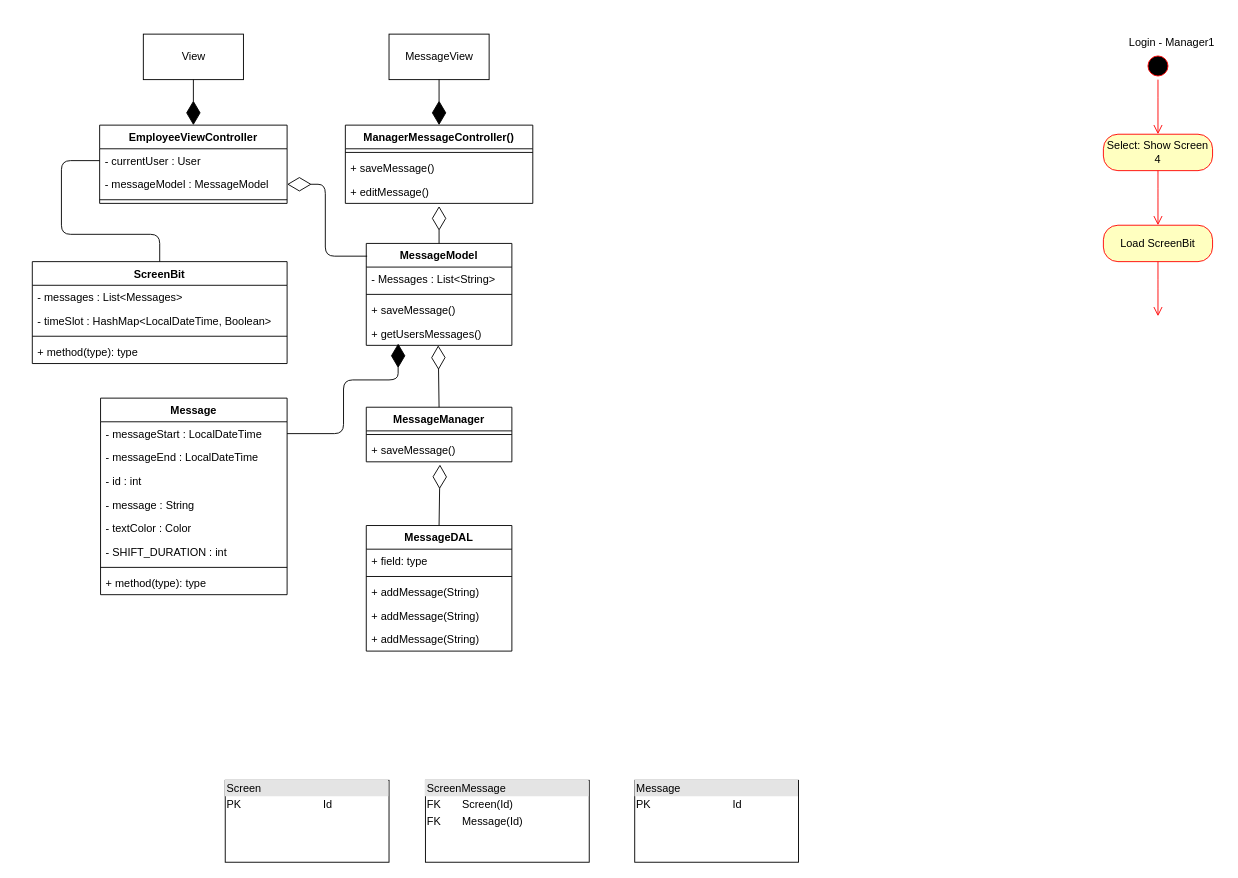
Above: page "MOTD" (6 of 8) of UML/PickerStageUML.drawio in Eperty123/ArlaEksamen (draw.io), before the change. Source tidied: cells renumbered, new cells numbered last; positions are measured from the earlier drawing's top-left corner, leaving out a move shared by most shapes. Both pictures are drawn from the tidied source at 91%, with x=0, y=0 at pixel (32, 34).
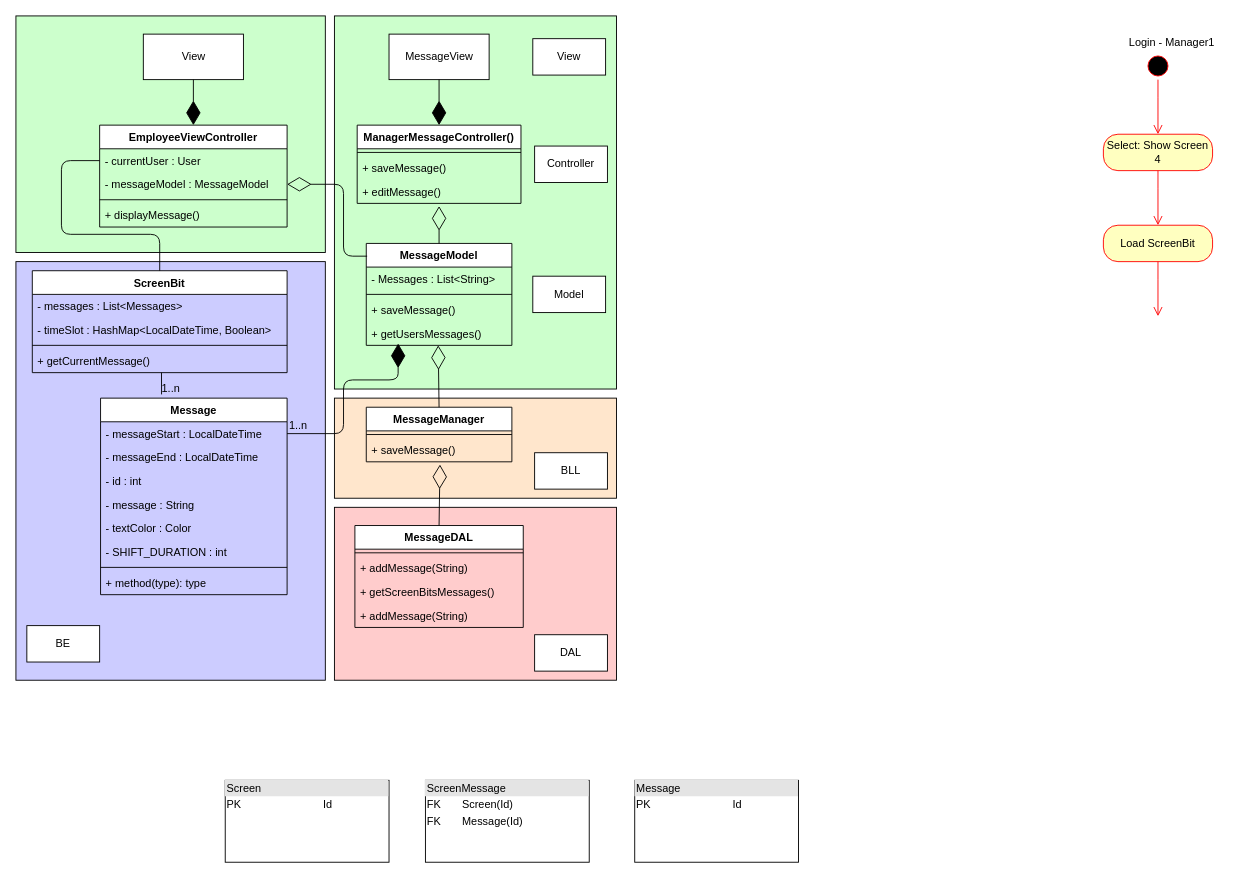
After the change.

The change refers to these unchanged cells:
```xml
<mxCell id="2" value="Message" style="swimlane;fontStyle=1;align=center;verticalAlign=top;horizontal=1;startSize=26;" parent="1" vertex="1">
  <mxGeometry x="75" y="400" width="205" height="216" as="geometry" />
</mxCell>
<mxCell id="17" value="MessageModel" style="swimlane;fontStyle=1;align=center;verticalAlign=top;horizontal=1;startSize=26;" parent="1" vertex="1">
  <mxGeometry x="367" y="230" width="160" height="112" as="geometry" />
</mxCell>
<mxCell id="25" value="- messageModel : MessageModel" style="text;strokeColor=none;fillColor=none;align=left;verticalAlign=top;spacingLeft=4;spacingRight=4;overflow=hidden;points=[[0,0.5],[1,0.5]];portConstraint=eastwest;" parent="23" vertex="1">
  <mxGeometry y="52" width="206" height="26" as="geometry" />
</mxCell>
<mxCell id="45" value="+ saveMessage()" style="text;strokeColor=none;fillColor=none;align=left;verticalAlign=top;spacingLeft=4;spacingRight=4;overflow=hidden;points=[[0,0.5],[1,0.5]];portConstraint=eastwest;" parent="43" vertex="1">
  <mxGeometry y="34" width="160" height="26" as="geometry" />
</mxCell>
```

Diff of the diagram source:
```diff
@@
+    <mxCell id="58" style="rounded=0;whiteSpace=wrap;html=1;fillColor=#CCFFCC;" parent="1" vertex="1">
+      <mxGeometry x="-18" y="-20" width="340" height="260" as="geometry" />
+    </mxCell>
+    <mxCell id="59" style="rounded=0;whiteSpace=wrap;html=1;fillColor=#CCCCFF;" parent="1" vertex="1">
+      <mxGeometry x="-18" y="250" width="340" height="460" as="geometry" />
+    </mxCell>
+    <mxCell id="60" style="rounded=0;whiteSpace=wrap;html=1;fillColor=#CCFFCC;" parent="1" vertex="1">
+      <mxGeometry x="332" y="-20" width="310" height="410" as="geometry" />
+    </mxCell>
+    <mxCell id="61" style="rounded=0;whiteSpace=wrap;html=1;fillColor=#FFE6CC;" parent="1" vertex="1">
+      <mxGeometry x="332" y="400" width="310" height="110" as="geometry" />
+    </mxCell>
@@
-    <mxCell id="11" value="MessageDAL" style="swimlane;fontStyle=1;align=center;verticalAlign=top;horizontal=1;startSize=26;" parent="1" vertex="1">
-      <mxGeometry x="367" y="540" width="160" height="138" as="geometry" />
-    </mxCell>
-    <mxCell id="12" value="+ field: type" style="text;strokeColor=none;fillColor=none;align=left;verticalAlign=top;spacingLeft=4;spacingRight=4;overflow=hidden;" parent="11" vertex="1">
-      <mxGeometry y="26" width="160" height="26" as="geometry" />
-    </mxCell>
-    <mxCell id="13" style="line;strokeWidth=1;fillColor=none;align=left;verticalAlign=middle;spacingTop=-1;spacingLeft=3;spacingRight=3;labelPosition=right;" parent="11" vertex="1">
-      <mxGeometry y="52" width="160" height="8" as="geometry" />
-    </mxCell>
-    <mxCell id="14" value="+ addMessage(String)" style="text;strokeColor=none;fillColor=none;align=left;verticalAlign=top;spacingLeft=4;spacingRight=4;overflow=hidden;" parent="11" vertex="1">
-      <mxGeometry y="60" width="160" height="26" as="geometry" />
-    </mxCell>
-    <mxCell id="15" value="+ addMessage(String)" style="text;strokeColor=none;fillColor=none;align=left;verticalAlign=top;spacingLeft=4;spacingRight=4;overflow=hidden;" parent="11" vertex="1">
-      <mxGeometry y="86" width="160" height="26" as="geometry" />
-    </mxCell>
-    <mxCell id="16" value="+ addMessage(String)" style="text;strokeColor=none;fillColor=none;align=left;verticalAlign=top;spacingLeft=4;spacingRight=4;overflow=hidden;" parent="11" vertex="1">
-      <mxGeometry y="112" width="160" height="26" as="geometry" />
-    </mxCell>
@@
     <mxCell id="23" value="EmployeeViewController" style="swimlane;fontStyle=1;align=center;verticalAlign=top;horizontal=1;startSize=26;" parent="1" vertex="1">
-      <mxGeometry x="74" y="100" width="206" height="86" as="geometry" />
+      <mxGeometry x="74" y="100" width="206" height="112" as="geometry" />
     </mxCell>
@@
+    <mxCell id="62" value="+ displayMessage()" style="text;strokeColor=none;fillColor=none;align=left;verticalAlign=top;spacingLeft=4;spacingRight=4;overflow=hidden;" parent="23" vertex="1">
+      <mxGeometry y="86" width="206" height="26" as="geometry" />
+    </mxCell>
     <mxCell id="27" value="ScreenBit" style="swimlane;fontStyle=1;align=center;verticalAlign=top;horizontal=1;startSize=26;" parent="1" vertex="1">
-      <mxGeometry y="250" width="280" height="112" as="geometry" />
+      <mxGeometry y="260" width="280" height="112" as="geometry" />
     </mxCell>
@@
-    <mxCell id="31" value="+ method(type): type" style="text;strokeColor=none;fillColor=none;align=left;verticalAlign=top;spacingLeft=4;spacingRight=4;overflow=hidden;points=[[0,0.5],[1,0.5]];portConstraint=eastwest;" parent="27" vertex="1">
+    <mxCell id="31" value="+ getCurrentMessage()" style="text;strokeColor=none;fillColor=none;align=left;verticalAlign=top;spacingLeft=4;spacingRight=4;overflow=hidden;points=[[0,0.5],[1,0.5]];portConstraint=eastwest;" parent="27" vertex="1">
       <mxGeometry y="86" width="280" height="26" as="geometry" />
     </mxCell>
@@
     <mxCell id="46" value="ManagerMessageController()" style="swimlane;fontStyle=1;align=center;verticalAlign=top;horizontal=1;startSize=26;" parent="1" vertex="1">
-      <mxGeometry x="344" y="100" width="206" height="86" as="geometry" />
+      <mxGeometry x="357" y="100" width="180" height="86" as="geometry" />
     </mxCell>
     <mxCell id="47" style="line;strokeWidth=1;fillColor=none;align=left;verticalAlign=middle;spacingTop=-1;spacingLeft=3;spacingRight=3;labelPosition=right;" parent="46" vertex="1">
-      <mxGeometry y="26" width="206" height="8" as="geometry" />
+      <mxGeometry y="26" width="180" height="8" as="geometry" />
     </mxCell>
     <mxCell id="48" value="+ saveMessage()" style="text;strokeColor=none;fillColor=none;align=left;verticalAlign=top;spacingLeft=4;spacingRight=4;overflow=hidden;" parent="46" vertex="1">
-      <mxGeometry y="34" width="206" height="26" as="geometry" />
+      <mxGeometry y="34" width="180" height="26" as="geometry" />
     </mxCell>
     <mxCell id="49" value="+ editMessage()" style="text;strokeColor=none;fillColor=none;align=left;verticalAlign=top;spacingLeft=4;spacingRight=4;overflow=hidden;points=[[0,0.5],[1,0.5]];portConstraint=eastwest;" parent="46" vertex="1">
-      <mxGeometry y="60" width="206" height="26" as="geometry" />
+      <mxGeometry y="60" width="180" height="26" as="geometry" />
     </mxCell>
@@
-    <mxCell id="53" style="endArrow=diamondThin;endFill=0;endSize=24;html=1;entryX=0.506;entryY=1.115;entryDx=0;entryDy=0;entryPerimeter=0;exitX=0.5;exitY=0;exitDx=0;exitDy=0;" parent="1" edge="1" source="11" target="45">
-      <mxGeometry relative="1" as="geometry" />
-    </mxCell>
@@
-    <mxCell id="55" style="endArrow=diamondThin;endFill=0;endSize=24;html=1;entryX=1;entryY=0.5;entryDx=0;entryDy=0;exitX=0.006;exitY=0.125;exitDx=0;exitDy=0;exitPerimeter=0;" parent="1" edge="1" source="17" target="25">
-      <mxGeometry relative="1" as="geometry">
-        <Array as="points">
-          <mxPoint x="322" y="244" />
-          <mxPoint x="322" y="165" />
-        </Array>
-      </mxGeometry>
-    </mxCell>
@@
+    <mxCell id="63" style="endArrow=none;html=1;entryX=0.507;entryY=1;entryDx=0;entryDy=0;entryPerimeter=0;exitX=0.327;exitY=-0.019;exitDx=0;exitDy=0;exitPerimeter=0;" parent="1" edge="1" source="2" target="31">
+      <mxGeometry relative="1" as="geometry" />
+    </mxCell>
+    <mxCell id="64" value="1..n" style="text;html=1;align=center;verticalAlign=middle;strokeColor=none;" parent="1" vertex="1">
+      <mxGeometry x="132" y="380" width="40" height="20" as="geometry" />
+    </mxCell>
+    <mxCell id="65" value="1..n" style="text;html=1;align=center;verticalAlign=middle;strokeColor=none;" parent="1" vertex="1">
+      <mxGeometry x="272" y="420" width="40" height="20" as="geometry" />
+    </mxCell>
+    <mxCell id="66" style="rounded=0;whiteSpace=wrap;html=1;fillColor=#FFCCCC;" parent="1" vertex="1">
+      <mxGeometry x="332" y="520" width="310" height="190" as="geometry" />
+    </mxCell>
+    <mxCell id="11" value="MessageDAL" style="swimlane;fontStyle=1;align=center;verticalAlign=top;horizontal=1;startSize=26;" parent="1" vertex="1">
+      <mxGeometry x="354.5" y="540" width="185" height="112" as="geometry" />
+    </mxCell>
+    <mxCell id="13" style="line;strokeWidth=1;fillColor=none;align=left;verticalAlign=middle;spacingTop=-1;spacingLeft=3;spacingRight=3;labelPosition=right;" parent="11" vertex="1">
+      <mxGeometry y="26" width="185" height="8" as="geometry" />
+    </mxCell>
+    <mxCell id="14" value="+ addMessage(String)" style="text;strokeColor=none;fillColor=none;align=left;verticalAlign=top;spacingLeft=4;spacingRight=4;overflow=hidden;" parent="11" vertex="1">
+      <mxGeometry y="34" width="185" height="26" as="geometry" />
+    </mxCell>
+    <mxCell id="15" value="+ getScreenBitsMessages()" style="text;strokeColor=none;fillColor=none;align=left;verticalAlign=top;spacingLeft=4;spacingRight=4;overflow=hidden;" parent="11" vertex="1">
+      <mxGeometry y="60" width="185" height="26" as="geometry" />
+    </mxCell>
+    <mxCell id="16" value="+ addMessage(String)" style="text;strokeColor=none;fillColor=none;align=left;verticalAlign=top;spacingLeft=4;spacingRight=4;overflow=hidden;" parent="11" vertex="1">
+      <mxGeometry y="86" width="185" height="26" as="geometry" />
+    </mxCell>
+    <mxCell id="53" style="endArrow=diamondThin;endFill=0;endSize=24;html=1;entryX=0.506;entryY=1.115;entryDx=0;entryDy=0;entryPerimeter=0;exitX=0.5;exitY=0;exitDx=0;exitDy=0;" parent="1" edge="1" source="11" target="45">
+      <mxGeometry relative="1" as="geometry" />
+    </mxCell>
+    <mxCell id="55" style="endArrow=diamondThin;endFill=0;endSize=24;html=1;entryX=1;entryY=0.5;entryDx=0;entryDy=0;exitX=0.006;exitY=0.125;exitDx=0;exitDy=0;exitPerimeter=0;" parent="1" edge="1" source="17" target="25">
+      <mxGeometry relative="1" as="geometry">
+        <Array as="points">
+          <mxPoint x="342" y="244" />
+          <mxPoint x="342" y="165" />
+        </Array>
+      </mxGeometry>
+    </mxCell>
+    <mxCell id="67" value="DAL" style="rounded=0;whiteSpace=wrap;html=1;fillColor=#FFFFFF;" parent="1" vertex="1">
+      <mxGeometry x="552" y="660" width="80" height="40" as="geometry" />
+    </mxCell>
+    <mxCell id="68" value="BLL" style="rounded=0;whiteSpace=wrap;html=1;fillColor=#FFFFFF;" parent="1" vertex="1">
+      <mxGeometry x="552" y="460" width="80" height="40" as="geometry" />
+    </mxCell>
+    <mxCell id="69" value="View" style="rounded=0;whiteSpace=wrap;html=1;fillColor=#FFFFFF;" parent="1" vertex="1">
+      <mxGeometry x="550" y="5" width="80" height="40" as="geometry" />
+    </mxCell>
+    <mxCell id="70" value="Controller" style="rounded=0;whiteSpace=wrap;html=1;fillColor=#FFFFFF;" parent="1" vertex="1">
+      <mxGeometry x="552" y="123" width="80" height="40" as="geometry" />
+    </mxCell>
+    <mxCell id="71" value="Model" style="rounded=0;whiteSpace=wrap;html=1;fillColor=#FFFFFF;" parent="1" vertex="1">
+      <mxGeometry x="550" y="266" width="80" height="40" as="geometry" />
+    </mxCell>
+    <mxCell id="72" value="BE" style="rounded=0;whiteSpace=wrap;html=1;fillColor=#FFFFFF;" parent="1" vertex="1">
+      <mxGeometry x="-6" y="650" width="80" height="40" as="geometry" />
+    </mxCell>
```
